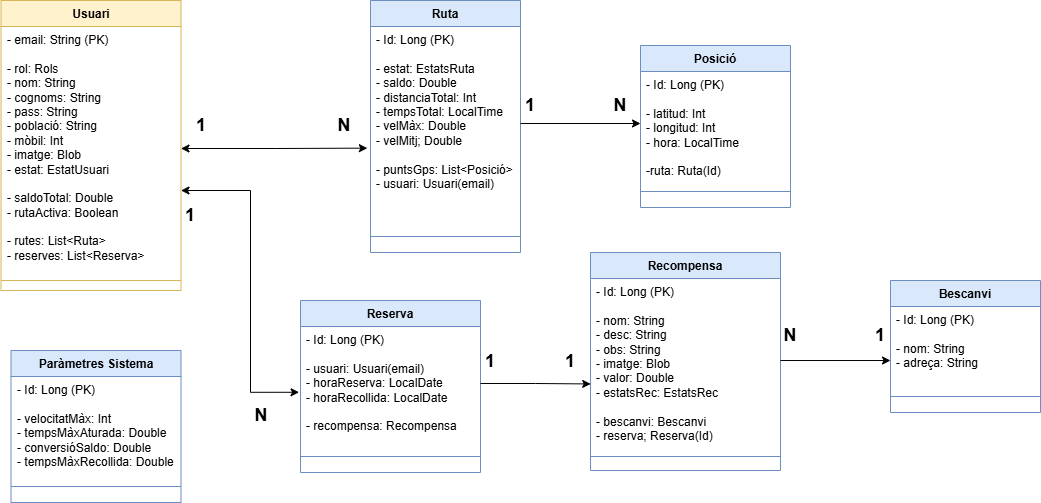
This is Images/DiagramaEntitatRelacio.png from MarcBotana/EntreBicis, a draw.io export, as it was before one commit. Source tidied: cells renumbered, new cells last; positions are measured from the earlier drawing's top-left corner, leaving out a move shared by most shapes.
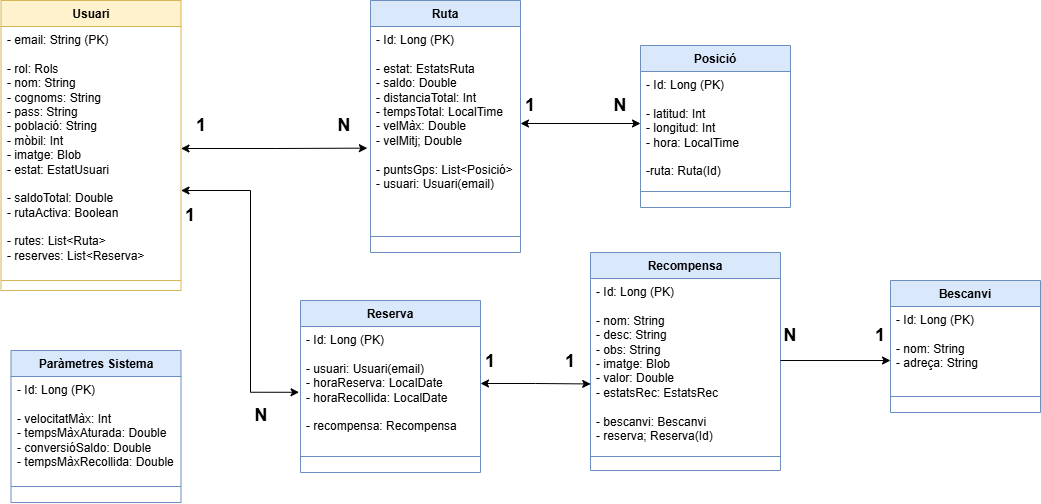
After the change.

Commit message:
Documentació Disseny

Change to the diagram source:
```diff
@@ -74,7 +74,7 @@
     <mxCell id="25" value="&lt;font style=&quot;font-size: 18px;&quot;&gt;&lt;b&gt;1&lt;/b&gt;&lt;/font&gt;" style="text;html=1;align=center;verticalAlign=middle;whiteSpace=wrap;rounded=0;" parent="1" vertex="1">
       <mxGeometry x="170.5" y="110" width="60" height="30" as="geometry" />
     </mxCell>
-    <mxCell id="26" style="edgeStyle=orthogonalEdgeStyle;rounded=0;jettySize=auto;html=1;" parent="1" edge="1" source="6" target="9">
+    <mxCell id="26" style="edgeStyle=orthogonalEdgeStyle;rounded=0;jettySize=auto;html=1;startArrow=classic;startFill=1;" parent="1" edge="1" source="6" target="9">
       <mxGeometry relative="1" as="geometry" />
     </mxCell>
     <mxCell id="27" value="&lt;font style=&quot;font-size: 18px;&quot;&gt;&lt;b&gt;1&lt;/b&gt;&lt;/font&gt;" style="text;html=1;align=center;verticalAlign=middle;whiteSpace=wrap;rounded=0;" parent="1" vertex="1">
@@ -98,7 +98,7 @@
     <mxCell id="31" value="&lt;font style=&quot;font-size: 18px;&quot;&gt;&lt;b&gt;N&lt;/b&gt;&lt;/font&gt;" style="text;html=1;align=center;verticalAlign=middle;whiteSpace=wrap;rounded=0;" parent="1" vertex="1">
       <mxGeometry x="230.5" y="400" width="60" height="30" as="geometry" />
     </mxCell>
-    <mxCell id="32" style="edgeStyle=orthogonalEdgeStyle;rounded=0;jettySize=auto;html=1;entryX=0.001;entryY=0.643;entryDx=0;entryDy=0;entryPerimeter=0;" parent="1" edge="1" source="21" target="12">
+    <mxCell id="32" style="edgeStyle=orthogonalEdgeStyle;rounded=0;jettySize=auto;html=1;entryX=0.001;entryY=0.643;entryDx=0;entryDy=0;entryPerimeter=0;startArrow=classic;startFill=1;" parent="1" edge="1" source="21" target="12">
       <mxGeometry relative="1" as="geometry" />
     </mxCell>
     <mxCell id="33" style="edgeStyle=orthogonalEdgeStyle;rounded=0;jettySize=auto;html=1;entryX=0;entryY=0.73;entryDx=0;entryDy=0;entryPerimeter=0;" parent="1" edge="1" source="12" target="18">
```
